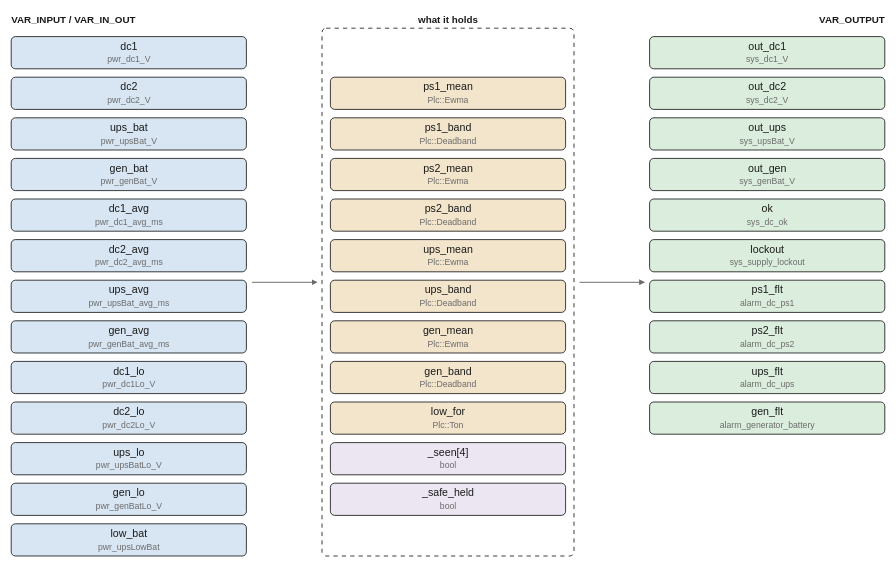
pstch/botanik2 keeps this draw.io diagram as images/logic/dc_watch.drawio.svg. Above is the earlier version. Source tidied: cells renumbered, new cells last; positions are measured from the earlier drawing's top-left corner, leaving out a move shared by most shapes.
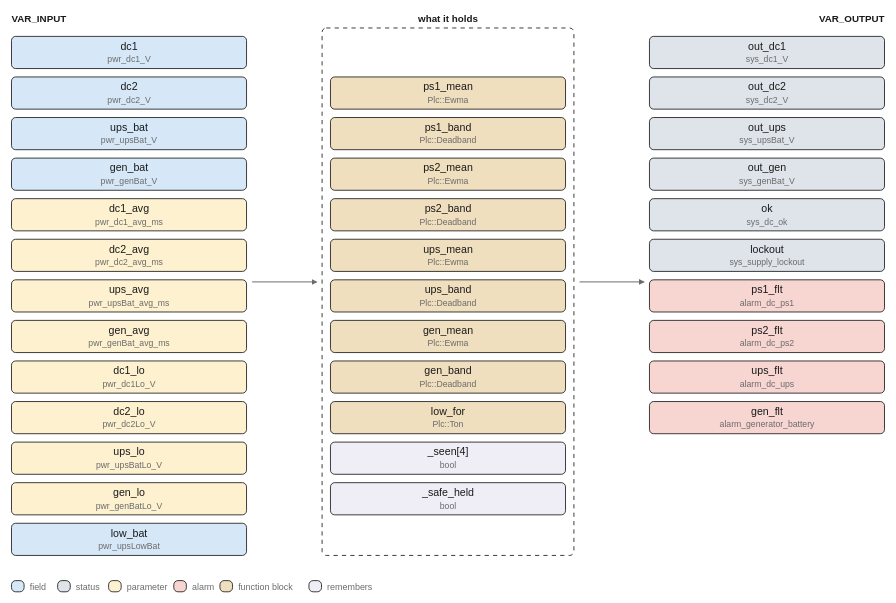
The same diagram one commit later.

Change to the diagram source:
```diff
@@ -2,8 +2,8 @@
   <root>
     <mxCell id="0" />
     <mxCell id="1" parent="0" />
-    <mxCell id="2" value="VAR_INPUT / VAR_IN_OUT" style="text;html=1;fontSize=7;fontColor=#1a1a1a;align=left;fontStyle=1;" parent="1" vertex="1">
-      <mxGeometry width="110" height="11" as="geometry" />
+    <mxCell id="2" value="VAR_INPUT" style="text;html=1;fontSize=7;fontColor=#1a1a1a;align=left;fontStyle=1;" parent="1" vertex="1">
+      <mxGeometry width="45" height="11" as="geometry" />
     </mxCell>
     <mxCell id="3" value="what it holds" style="text;html=1;fontSize=7;fontColor=#1a1a1a;align=center;fontStyle=1;" parent="1" vertex="1">
       <mxGeometry x="312" width="65" height="11" as="geometry" />
@@ -11,109 +11,109 @@
     <mxCell id="4" value="VAR_OUTPUT" style="text;html=1;fontSize=7;fontColor=#1a1a1a;align=left;fontStyle=1;" parent="1" vertex="1">
       <mxGeometry x="624" width="50" height="11" as="geometry" />
     </mxCell>
-    <mxCell id="5" value="dc1" style="rounded=1;fillColor=#d8e6f3;strokeColor=#1a1a1a;whiteSpace=wrap;html=1;fontSize=8;" parent="1" vertex="1">
+    <mxCell id="5" value="dc1" style="rounded=1;fillColor=#d6e8f7;strokeColor=#1a1a1a;whiteSpace=wrap;html=1;fontSize=8;" parent="1" vertex="1">
       <mxGeometry y="17" width="168" height="23" as="geometry" />
     </mxCell>
-    <mxCell id="6" value="dc2" style="rounded=1;fillColor=#d8e6f3;strokeColor=#1a1a1a;whiteSpace=wrap;html=1;fontSize=8;" parent="1" vertex="1">
+    <mxCell id="6" value="dc2" style="rounded=1;fillColor=#d6e8f7;strokeColor=#1a1a1a;whiteSpace=wrap;html=1;fontSize=8;" parent="1" vertex="1">
       <mxGeometry y="46" width="168" height="23" as="geometry" />
     </mxCell>
-    <mxCell id="7" value="ups_bat" style="rounded=1;fillColor=#d8e6f3;strokeColor=#1a1a1a;whiteSpace=wrap;html=1;fontSize=8;" parent="1" vertex="1">
+    <mxCell id="7" value="ups_bat" style="rounded=1;fillColor=#d6e8f7;strokeColor=#1a1a1a;whiteSpace=wrap;html=1;fontSize=8;" parent="1" vertex="1">
       <mxGeometry y="75" width="168" height="23" as="geometry" />
     </mxCell>
-    <mxCell id="8" value="gen_bat" style="rounded=1;fillColor=#d8e6f3;strokeColor=#1a1a1a;whiteSpace=wrap;html=1;fontSize=8;" parent="1" vertex="1">
+    <mxCell id="8" value="gen_bat" style="rounded=1;fillColor=#d6e8f7;strokeColor=#1a1a1a;whiteSpace=wrap;html=1;fontSize=8;" parent="1" vertex="1">
       <mxGeometry y="104" width="168" height="23" as="geometry" />
     </mxCell>
-    <mxCell id="9" value="dc1_avg" style="rounded=1;fillColor=#d8e6f3;strokeColor=#1a1a1a;whiteSpace=wrap;html=1;fontSize=8;" parent="1" vertex="1">
+    <mxCell id="9" value="dc1_avg" style="rounded=1;fillColor=#fdf1d0;strokeColor=#1a1a1a;whiteSpace=wrap;html=1;fontSize=8;" parent="1" vertex="1">
       <mxGeometry y="133" width="168" height="23" as="geometry" />
     </mxCell>
-    <mxCell id="10" value="dc2_avg" style="rounded=1;fillColor=#d8e6f3;strokeColor=#1a1a1a;whiteSpace=wrap;html=1;fontSize=8;" parent="1" vertex="1">
+    <mxCell id="10" value="dc2_avg" style="rounded=1;fillColor=#fdf1d0;strokeColor=#1a1a1a;whiteSpace=wrap;html=1;fontSize=8;" parent="1" vertex="1">
       <mxGeometry y="162" width="168" height="23" as="geometry" />
     </mxCell>
-    <mxCell id="11" value="ups_avg" style="rounded=1;fillColor=#d8e6f3;strokeColor=#1a1a1a;whiteSpace=wrap;html=1;fontSize=8;" parent="1" vertex="1">
+    <mxCell id="11" value="ups_avg" style="rounded=1;fillColor=#fdf1d0;strokeColor=#1a1a1a;whiteSpace=wrap;html=1;fontSize=8;" parent="1" vertex="1">
       <mxGeometry y="191" width="168" height="23" as="geometry" />
     </mxCell>
-    <mxCell id="12" value="gen_avg" style="rounded=1;fillColor=#d8e6f3;strokeColor=#1a1a1a;whiteSpace=wrap;html=1;fontSize=8;" parent="1" vertex="1">
+    <mxCell id="12" value="gen_avg" style="rounded=1;fillColor=#fdf1d0;strokeColor=#1a1a1a;whiteSpace=wrap;html=1;fontSize=8;" parent="1" vertex="1">
       <mxGeometry y="220" width="168" height="23" as="geometry" />
     </mxCell>
-    <mxCell id="13" value="dc1_lo" style="rounded=1;fillColor=#d8e6f3;strokeColor=#1a1a1a;whiteSpace=wrap;html=1;fontSize=8;" parent="1" vertex="1">
+    <mxCell id="13" value="dc1_lo" style="rounded=1;fillColor=#fdf1d0;strokeColor=#1a1a1a;whiteSpace=wrap;html=1;fontSize=8;" parent="1" vertex="1">
       <mxGeometry y="249" width="168" height="23" as="geometry" />
     </mxCell>
-    <mxCell id="14" value="dc2_lo" style="rounded=1;fillColor=#d8e6f3;strokeColor=#1a1a1a;whiteSpace=wrap;html=1;fontSize=8;" parent="1" vertex="1">
+    <mxCell id="14" value="dc2_lo" style="rounded=1;fillColor=#fdf1d0;strokeColor=#1a1a1a;whiteSpace=wrap;html=1;fontSize=8;" parent="1" vertex="1">
       <mxGeometry y="278" width="168" height="23" as="geometry" />
     </mxCell>
-    <mxCell id="15" value="ups_lo" style="rounded=1;fillColor=#d8e6f3;strokeColor=#1a1a1a;whiteSpace=wrap;html=1;fontSize=8;" parent="1" vertex="1">
+    <mxCell id="15" value="ups_lo" style="rounded=1;fillColor=#fdf1d0;strokeColor=#1a1a1a;whiteSpace=wrap;html=1;fontSize=8;" parent="1" vertex="1">
       <mxGeometry y="307" width="168" height="23" as="geometry" />
     </mxCell>
-    <mxCell id="16" value="gen_lo" style="rounded=1;fillColor=#d8e6f3;strokeColor=#1a1a1a;whiteSpace=wrap;html=1;fontSize=8;" parent="1" vertex="1">
+    <mxCell id="16" value="gen_lo" style="rounded=1;fillColor=#fdf1d0;strokeColor=#1a1a1a;whiteSpace=wrap;html=1;fontSize=8;" parent="1" vertex="1">
       <mxGeometry y="336" width="168" height="23" as="geometry" />
     </mxCell>
-    <mxCell id="17" value="low_bat" style="rounded=1;fillColor=#d8e6f3;strokeColor=#1a1a1a;whiteSpace=wrap;html=1;fontSize=8;" parent="1" vertex="1">
+    <mxCell id="17" value="low_bat" style="rounded=1;fillColor=#d6e8f7;strokeColor=#1a1a1a;whiteSpace=wrap;html=1;fontSize=8;" parent="1" vertex="1">
       <mxGeometry y="365" width="168" height="23" as="geometry" />
     </mxCell>
-    <mxCell id="18" value="out_dc1" style="rounded=1;fillColor=#dbeedd;strokeColor=#1a1a1a;whiteSpace=wrap;html=1;fontSize=8;" parent="1" vertex="1">
+    <mxCell id="18" value="out_dc1" style="rounded=1;fillColor=#dfe4ea;strokeColor=#1a1a1a;whiteSpace=wrap;html=1;fontSize=8;" parent="1" vertex="1">
       <mxGeometry x="456" y="17" width="168" height="23" as="geometry" />
     </mxCell>
-    <mxCell id="19" value="out_dc2" style="rounded=1;fillColor=#dbeedd;strokeColor=#1a1a1a;whiteSpace=wrap;html=1;fontSize=8;" parent="1" vertex="1">
+    <mxCell id="19" value="out_dc2" style="rounded=1;fillColor=#dfe4ea;strokeColor=#1a1a1a;whiteSpace=wrap;html=1;fontSize=8;" parent="1" vertex="1">
       <mxGeometry x="456" y="46" width="168" height="23" as="geometry" />
     </mxCell>
-    <mxCell id="20" value="out_ups" style="rounded=1;fillColor=#dbeedd;strokeColor=#1a1a1a;whiteSpace=wrap;html=1;fontSize=8;" parent="1" vertex="1">
+    <mxCell id="20" value="out_ups" style="rounded=1;fillColor=#dfe4ea;strokeColor=#1a1a1a;whiteSpace=wrap;html=1;fontSize=8;" parent="1" vertex="1">
       <mxGeometry x="456" y="75" width="168" height="23" as="geometry" />
     </mxCell>
-    <mxCell id="21" value="out_gen" style="rounded=1;fillColor=#dbeedd;strokeColor=#1a1a1a;whiteSpace=wrap;html=1;fontSize=8;" parent="1" vertex="1">
+    <mxCell id="21" value="out_gen" style="rounded=1;fillColor=#dfe4ea;strokeColor=#1a1a1a;whiteSpace=wrap;html=1;fontSize=8;" parent="1" vertex="1">
       <mxGeometry x="456" y="104" width="168" height="23" as="geometry" />
     </mxCell>
-    <mxCell id="22" value="ok" style="rounded=1;fillColor=#dbeedd;strokeColor=#1a1a1a;whiteSpace=wrap;html=1;fontSize=8;" parent="1" vertex="1">
+    <mxCell id="22" value="ok" style="rounded=1;fillColor=#dfe4ea;strokeColor=#1a1a1a;whiteSpace=wrap;html=1;fontSize=8;" parent="1" vertex="1">
       <mxGeometry x="456" y="133" width="168" height="23" as="geometry" />
     </mxCell>
-    <mxCell id="23" value="lockout" style="rounded=1;fillColor=#dbeedd;strokeColor=#1a1a1a;whiteSpace=wrap;html=1;fontSize=8;" parent="1" vertex="1">
+    <mxCell id="23" value="lockout" style="rounded=1;fillColor=#dfe4ea;strokeColor=#1a1a1a;whiteSpace=wrap;html=1;fontSize=8;" parent="1" vertex="1">
       <mxGeometry x="456" y="162" width="168" height="23" as="geometry" />
     </mxCell>
-    <mxCell id="24" value="ps1_flt" style="rounded=1;fillColor=#dbeedd;strokeColor=#1a1a1a;whiteSpace=wrap;html=1;fontSize=8;" parent="1" vertex="1">
+    <mxCell id="24" value="ps1_flt" style="rounded=1;fillColor=#f7d5d1;strokeColor=#1a1a1a;whiteSpace=wrap;html=1;fontSize=8;" parent="1" vertex="1">
       <mxGeometry x="456" y="191" width="168" height="23" as="geometry" />
     </mxCell>
-    <mxCell id="25" value="ps2_flt" style="rounded=1;fillColor=#dbeedd;strokeColor=#1a1a1a;whiteSpace=wrap;html=1;fontSize=8;" parent="1" vertex="1">
+    <mxCell id="25" value="ps2_flt" style="rounded=1;fillColor=#f7d5d1;strokeColor=#1a1a1a;whiteSpace=wrap;html=1;fontSize=8;" parent="1" vertex="1">
       <mxGeometry x="456" y="220" width="168" height="23" as="geometry" />
     </mxCell>
-    <mxCell id="26" value="ups_flt" style="rounded=1;fillColor=#dbeedd;strokeColor=#1a1a1a;whiteSpace=wrap;html=1;fontSize=8;" parent="1" vertex="1">
+    <mxCell id="26" value="ups_flt" style="rounded=1;fillColor=#f7d5d1;strokeColor=#1a1a1a;whiteSpace=wrap;html=1;fontSize=8;" parent="1" vertex="1">
       <mxGeometry x="456" y="249" width="168" height="23" as="geometry" />
     </mxCell>
-    <mxCell id="27" value="gen_flt" style="rounded=1;fillColor=#dbeedd;strokeColor=#1a1a1a;whiteSpace=wrap;html=1;fontSize=8;" parent="1" vertex="1">
+    <mxCell id="27" value="gen_flt" style="rounded=1;fillColor=#f7d5d1;strokeColor=#1a1a1a;whiteSpace=wrap;html=1;fontSize=8;" parent="1" vertex="1">
       <mxGeometry x="456" y="278" width="168" height="23" as="geometry" />
     </mxCell>
     <mxCell id="28" style="rounded=1;fillColor=#ffffff;strokeColor=#1a1a1a;whiteSpace=wrap;html=1;fontSize=8;dashed=1;" parent="1" vertex="1">
       <mxGeometry x="222" y="11" width="180" height="377" as="geometry" />
     </mxCell>
-    <mxCell id="29" value="ps1_mean" style="rounded=1;fillColor=#f2e5cc;strokeColor=#1a1a1a;whiteSpace=wrap;html=1;fontSize=8;" parent="1" vertex="1">
+    <mxCell id="29" value="ps1_mean" style="rounded=1;fillColor=#f0dfbe;strokeColor=#1a1a1a;whiteSpace=wrap;html=1;fontSize=8;" parent="1" vertex="1">
       <mxGeometry x="228" y="46" width="168" height="23" as="geometry" />
     </mxCell>
-    <mxCell id="30" value="ps1_band" style="rounded=1;fillColor=#f2e5cc;strokeColor=#1a1a1a;whiteSpace=wrap;html=1;fontSize=8;" parent="1" vertex="1">
+    <mxCell id="30" value="ps1_band" style="rounded=1;fillColor=#f0dfbe;strokeColor=#1a1a1a;whiteSpace=wrap;html=1;fontSize=8;" parent="1" vertex="1">
       <mxGeometry x="228" y="75" width="168" height="23" as="geometry" />
     </mxCell>
-    <mxCell id="31" value="ps2_mean" style="rounded=1;fillColor=#f2e5cc;strokeColor=#1a1a1a;whiteSpace=wrap;html=1;fontSize=8;" parent="1" vertex="1">
+    <mxCell id="31" value="ps2_mean" style="rounded=1;fillColor=#f0dfbe;strokeColor=#1a1a1a;whiteSpace=wrap;html=1;fontSize=8;" parent="1" vertex="1">
       <mxGeometry x="228" y="104" width="168" height="23" as="geometry" />
     </mxCell>
-    <mxCell id="32" value="ps2_band" style="rounded=1;fillColor=#f2e5cc;strokeColor=#1a1a1a;whiteSpace=wrap;html=1;fontSize=8;" parent="1" vertex="1">
+    <mxCell id="32" value="ps2_band" style="rounded=1;fillColor=#f0dfbe;strokeColor=#1a1a1a;whiteSpace=wrap;html=1;fontSize=8;" parent="1" vertex="1">
       <mxGeometry x="228" y="133" width="168" height="23" as="geometry" />
     </mxCell>
-    <mxCell id="33" value="ups_mean" style="rounded=1;fillColor=#f2e5cc;strokeColor=#1a1a1a;whiteSpace=wrap;html=1;fontSize=8;" parent="1" vertex="1">
+    <mxCell id="33" value="ups_mean" style="rounded=1;fillColor=#f0dfbe;strokeColor=#1a1a1a;whiteSpace=wrap;html=1;fontSize=8;" parent="1" vertex="1">
       <mxGeometry x="228" y="162" width="168" height="23" as="geometry" />
     </mxCell>
-    <mxCell id="34" value="ups_band" style="rounded=1;fillColor=#f2e5cc;strokeColor=#1a1a1a;whiteSpace=wrap;html=1;fontSize=8;" parent="1" vertex="1">
+    <mxCell id="34" value="ups_band" style="rounded=1;fillColor=#f0dfbe;strokeColor=#1a1a1a;whiteSpace=wrap;html=1;fontSize=8;" parent="1" vertex="1">
       <mxGeometry x="228" y="191" width="168" height="23" as="geometry" />
     </mxCell>
-    <mxCell id="35" value="gen_mean" style="rounded=1;fillColor=#f2e5cc;strokeColor=#1a1a1a;whiteSpace=wrap;html=1;fontSize=8;" parent="1" vertex="1">
+    <mxCell id="35" value="gen_mean" style="rounded=1;fillColor=#f0dfbe;strokeColor=#1a1a1a;whiteSpace=wrap;html=1;fontSize=8;" parent="1" vertex="1">
       <mxGeometry x="228" y="220" width="168" height="23" as="geometry" />
     </mxCell>
-    <mxCell id="36" value="gen_band" style="rounded=1;fillColor=#f2e5cc;strokeColor=#1a1a1a;whiteSpace=wrap;html=1;fontSize=8;" parent="1" vertex="1">
+    <mxCell id="36" value="gen_band" style="rounded=1;fillColor=#f0dfbe;strokeColor=#1a1a1a;whiteSpace=wrap;html=1;fontSize=8;" parent="1" vertex="1">
       <mxGeometry x="228" y="249" width="168" height="23" as="geometry" />
     </mxCell>
-    <mxCell id="37" value="low_for" style="rounded=1;fillColor=#f2e5cc;strokeColor=#1a1a1a;whiteSpace=wrap;html=1;fontSize=8;" parent="1" vertex="1">
+    <mxCell id="37" value="low_for" style="rounded=1;fillColor=#f0dfbe;strokeColor=#1a1a1a;whiteSpace=wrap;html=1;fontSize=8;" parent="1" vertex="1">
       <mxGeometry x="228" y="278" width="168" height="23" as="geometry" />
     </mxCell>
-    <mxCell id="38" value="_seen[4]" style="rounded=1;fillColor=#ece6f2;strokeColor=#1a1a1a;whiteSpace=wrap;html=1;fontSize=8;" parent="1" vertex="1">
+    <mxCell id="38" value="_seen[4]" style="rounded=1;fillColor=#efeef6;strokeColor=#1a1a1a;whiteSpace=wrap;html=1;fontSize=8;" parent="1" vertex="1">
       <mxGeometry x="228" y="307" width="168" height="23" as="geometry" />
     </mxCell>
-    <mxCell id="39" value="_safe_held" style="rounded=1;fillColor=#ece6f2;strokeColor=#1a1a1a;whiteSpace=wrap;html=1;fontSize=8;" parent="1" vertex="1">
+    <mxCell id="39" value="_safe_held" style="rounded=1;fillColor=#efeef6;strokeColor=#1a1a1a;whiteSpace=wrap;html=1;fontSize=8;" parent="1" vertex="1">
       <mxGeometry x="228" y="336" width="168" height="23" as="geometry" />
     </mxCell>
     <mxCell id="40" style="edgeStyle=none;html=1;strokeColor=#6b6b6b;endArrow=block;" parent="1" edge="1">
@@ -128,5 +128,41 @@
         <mxPoint x="452" y="192.5" as="targetPoint" />
       </mxGeometry>
     </mxCell>
+    <mxCell id="42" style="rounded=1;fillColor=#d6e8f7;strokeColor=#1a1a1a;whiteSpace=wrap;html=1;fontSize=8;" parent="1" vertex="1">
+      <mxGeometry y="406" width="9" height="8" as="geometry" />
+    </mxCell>
+    <mxCell id="43" value="field" style="text;html=1;fontSize=6;fontColor=#6b6b6b;align=left;" parent="1" vertex="1">
+      <mxGeometry x="13" y="406.6" width="40" height="10.4" as="geometry" />
+    </mxCell>
+    <mxCell id="44" style="rounded=1;fillColor=#dfe4ea;strokeColor=#1a1a1a;whiteSpace=wrap;html=1;fontSize=8;" parent="1" vertex="1">
+      <mxGeometry x="33" y="406" width="9" height="8" as="geometry" />
+    </mxCell>
+    <mxCell id="45" value="status" style="text;html=1;fontSize=6;fontColor=#6b6b6b;align=left;" parent="1" vertex="1">
+      <mxGeometry x="46" y="406.6" width="40" height="10.4" as="geometry" />
+    </mxCell>
+    <mxCell id="46" style="rounded=1;fillColor=#fdf1d0;strokeColor=#1a1a1a;whiteSpace=wrap;html=1;fontSize=8;" parent="1" vertex="1">
+      <mxGeometry x="69.4" y="406" width="9" height="8" as="geometry" />
+    </mxCell>
+    <mxCell id="47" value="parameter" style="text;html=1;fontSize=6;fontColor=#6b6b6b;align=left;" parent="1" vertex="1">
+      <mxGeometry x="82.4" y="406.6" width="45" height="10.4" as="geometry" />
+    </mxCell>
+    <mxCell id="48" style="rounded=1;fillColor=#f7d5d1;strokeColor=#1a1a1a;whiteSpace=wrap;html=1;fontSize=8;" parent="1" vertex="1">
+      <mxGeometry x="116" y="406" width="9" height="8" as="geometry" />
+    </mxCell>
+    <mxCell id="49" value="alarm" style="text;html=1;fontSize=6;fontColor=#6b6b6b;align=left;" parent="1" vertex="1">
+      <mxGeometry x="129" y="406.6" width="40" height="10.4" as="geometry" />
+    </mxCell>
+    <mxCell id="50" style="rounded=1;fillColor=#f0dfbe;strokeColor=#1a1a1a;whiteSpace=wrap;html=1;fontSize=8;" parent="1" vertex="1">
+      <mxGeometry x="149" y="406" width="9" height="8" as="geometry" />
+    </mxCell>
+    <mxCell id="51" value="function block" style="text;html=1;fontSize=6;fontColor=#6b6b6b;align=left;" parent="1" vertex="1">
+      <mxGeometry x="162" y="406.6" width="70" height="10.4" as="geometry" />
+    </mxCell>
+    <mxCell id="52" style="rounded=1;fillColor=#efeef6;strokeColor=#1a1a1a;whiteSpace=wrap;html=1;fontSize=8;" parent="1" vertex="1">
+      <mxGeometry x="212.6" y="406" width="9" height="8" as="geometry" />
+    </mxCell>
+    <mxCell id="53" value="remembers" style="text;html=1;fontSize=6;fontColor=#6b6b6b;align=left;" parent="1" vertex="1">
+      <mxGeometry x="225.6" y="406.6" width="45" height="10.4" as="geometry" />
+    </mxCell>
   </root>
 </mxGraphModel>
```
